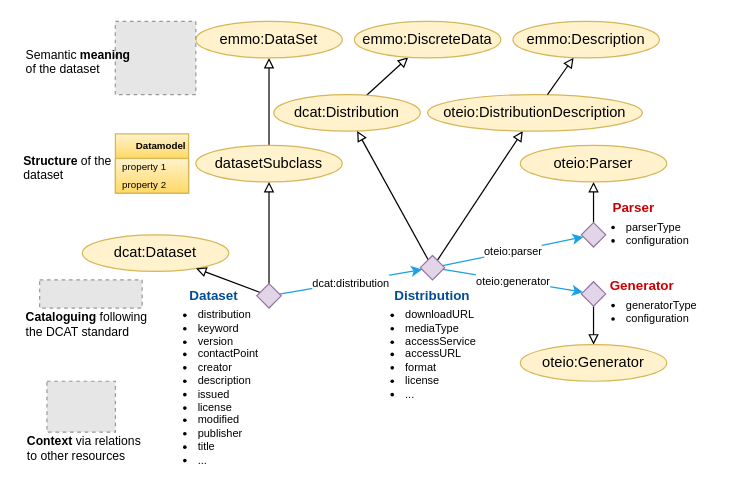
EMMC-ASBL/tripper keeps this draw.io diagram as page "Dataset" (1 of 13) of docs/figs/dataset.drawio. Above is the earlier version. Source tidied: cells renumbered, new cells numbered last; positions are measured from the earlier drawing's top-left corner, leaving out a move shared by most shapes. Both pictures are drawn from the tidied source at 122%, with x=0, y=0 at pixel (21, 21). Pictures stored in the file or linked from it are replaced by grey dashed boxes.
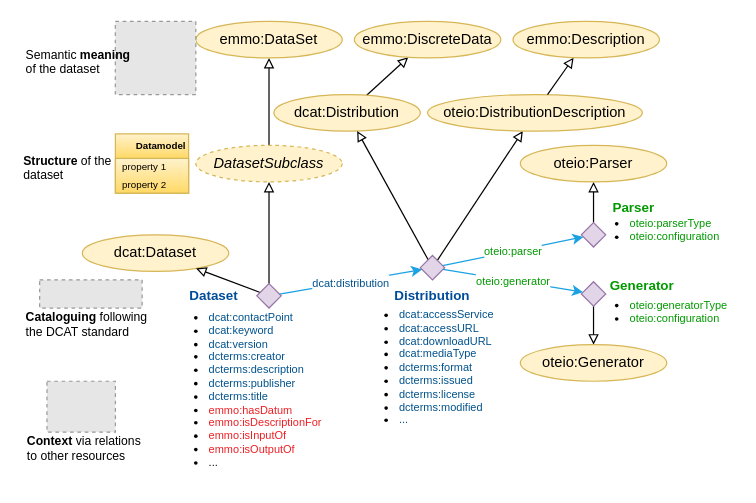
The same diagram, later.

Unchanged cells that the change refers to:
```xml
<mxCell id="13" style="rhombus;whiteSpace=wrap;html=1;fillColor=#e1d5e7;strokeColor=#9673a6;" parent="1" vertex="1">
  <mxGeometry x="193" y="215" width="20" height="20" as="geometry" />
</mxCell>
<mxCell id="15" style="rhombus;whiteSpace=wrap;html=1;fillColor=#e1d5e7;strokeColor=#9673a6;" parent="1" vertex="1">
  <mxGeometry x="459" y="165" width="20" height="20" as="geometry" />
</mxCell>
<mxCell id="19" style="rhombus;whiteSpace=wrap;html=1;fillColor=#e1d5e7;strokeColor=#9673a6;" parent="1" vertex="1">
  <mxGeometry x="327" y="191.9" width="20" height="20" as="geometry" />
</mxCell>
<mxCell id="39" style="rhombus;whiteSpace=wrap;html=1;fillColor=#e1d5e7;strokeColor=#9673a6;" parent="1" vertex="1">
  <mxGeometry x="459" y="213.4" width="20" height="20" as="geometry" />
</mxCell>
```

Change to the diagram source:
```diff
@@
-    <mxCell id="2" value="&lt;ul&gt;&lt;li&gt;&lt;font style=&quot;font-size: 9px;&quot;&gt;downloadURL&lt;/font&gt;&lt;/li&gt;&lt;li&gt;&lt;font style=&quot;font-size: 9px;&quot;&gt;mediaType&lt;/font&gt;&lt;/li&gt;&lt;li&gt;&lt;font style=&quot;font-size: 9px;&quot;&gt;accessService&lt;/font&gt;&lt;/li&gt;&lt;li&gt;&lt;font style=&quot;font-size: 9px;&quot;&gt;accessURL&lt;/font&gt;&lt;/li&gt;&lt;li&gt;&lt;span style=&quot;background-color: initial;&quot;&gt;format&lt;/span&gt;&lt;br&gt;&lt;/li&gt;&lt;li&gt;&lt;span style=&quot;background-color: initial;&quot;&gt;license&lt;/span&gt;&lt;br&gt;&lt;/li&gt;&lt;li&gt;&lt;font style=&quot;font-size: 9px;&quot;&gt;...&lt;/font&gt;&lt;/li&gt;&lt;/ul&gt;" style="text;html=1;align=left;verticalAlign=top;whiteSpace=wrap;rounded=0;fontFamily=Helvetica;fontSize=9;fontColor=default;labelBackgroundColor=none;" parent="1" vertex="1">
-      <mxGeometry x="273" y="220" width="100" height="100" as="geometry" />
-    </mxCell>
-    <mxCell id="3" value="&lt;ul&gt;&lt;li&gt;&lt;font style=&quot;font-size: 9px;&quot;&gt;parserType&lt;/font&gt;&lt;/li&gt;&lt;li&gt;configuration&lt;/li&gt;&lt;/ul&gt;" style="text;html=1;align=left;verticalAlign=top;whiteSpace=wrap;rounded=0;fontFamily=Helvetica;fontSize=9;fontColor=default;labelBackgroundColor=none;" parent="1" vertex="1">
-      <mxGeometry x="454" y="147.8" width="105" height="40" as="geometry" />
-    </mxCell>
-    <mxCell id="4" value="&lt;ul&gt;&lt;li&gt;&lt;span&gt;distribution&lt;/span&gt;&lt;/li&gt;&lt;li&gt;&lt;span&gt;keyword&lt;/span&gt;&lt;br&gt;&lt;/li&gt;&lt;li&gt;&lt;font style=&quot;font-size: 9px&quot;&gt;version&lt;/font&gt;&lt;/li&gt;&lt;li&gt;&lt;font style=&quot;font-size: 9px&quot;&gt;contactPoint&lt;/font&gt;&lt;/li&gt;&lt;li&gt;&lt;span&gt;creator&lt;/span&gt;&lt;br&gt;&lt;/li&gt;&lt;li&gt;&lt;font style=&quot;font-size: 9px&quot;&gt;description&lt;/font&gt;&lt;/li&gt;&lt;li&gt;&lt;span&gt;issued&lt;/span&gt;&lt;/li&gt;&lt;li&gt;&lt;span&gt;license&lt;/span&gt;&lt;br&gt;&lt;/li&gt;&lt;li&gt;modified&lt;/li&gt;&lt;li&gt;publisher&lt;/li&gt;&lt;li&gt;title&lt;/li&gt;&lt;li&gt;&lt;font style=&quot;font-size: 9px&quot;&gt;...&lt;/font&gt;&lt;/li&gt;&lt;/ul&gt;&lt;div&gt;&lt;div&gt;&lt;/div&gt;&lt;/div&gt;" style="text;html=1;align=left;verticalAlign=top;whiteSpace=wrap;rounded=0;fontFamily=Helvetica;fontSize=9;fontColor=default;labelBackgroundColor=none;" parent="1" vertex="1">
-      <mxGeometry x="103" y="220" width="100" height="145" as="geometry" />
-    </mxCell>
@@
-    <mxCell id="6" value="datasetSubclass" style="ellipse;whiteSpace=wrap;html=1;fillColor=#fff2cc;strokeColor=#d6b656;" parent="1" vertex="1">
+    <mxCell id="6" value="&lt;i&gt;DatasetSubclass&lt;/i&gt;" style="ellipse;whiteSpace=wrap;html=1;fillColor=#fff2cc;strokeColor=#d6b656;dashed=1;" parent="1" vertex="1">
       <mxGeometry x="143" y="101.6" width="120" height="30" as="geometry" />
     </mxCell>
@@
-    <mxCell id="11" value="&lt;span style=&quot;font-size: 9px;&quot;&gt;dcat:distribution&lt;/span&gt;" style="shape=connector;rounded=0;jettySize=auto;html=1;strokeColor=#1BA1E2;align=center;verticalAlign=middle;fontFamily=Helvetica;fontSize=11;fontColor=default;labelBackgroundColor=default;endArrow=classic;endFill=1;" parent="1" edge="1" source="13" target="19">
+    <mxCell id="11" value="&lt;span style=&quot;font-size: 9px;&quot;&gt;&lt;font color=&quot;#00528c&quot;&gt;dcat:distribution&lt;/font&gt;&lt;/span&gt;" style="shape=connector;rounded=0;jettySize=auto;html=1;strokeColor=#1BA1E2;align=center;verticalAlign=middle;fontFamily=Helvetica;fontSize=11;fontColor=default;labelBackgroundColor=default;endArrow=classic;endFill=1;" parent="1" edge="1" source="13" target="19">
       <mxGeometry relative="1" as="geometry" />
     </mxCell>
@@
-    <mxCell id="17" value="&lt;font style=&quot;font-size: 9px;&quot;&gt;oteio:parser&lt;/font&gt;" style="shape=connector;rounded=0;jettySize=auto;html=1;strokeColor=#1BA1E2;align=center;verticalAlign=middle;fontFamily=Helvetica;fontSize=11;fontColor=default;labelBackgroundColor=default;endArrow=classic;endFill=1;" parent="1" edge="1" source="19" target="15">
+    <mxCell id="17" value="&lt;font color=&quot;#009900&quot; style=&quot;font-size: 9px;&quot;&gt;oteio:parser&lt;/font&gt;" style="shape=connector;rounded=0;jettySize=auto;html=1;strokeColor=#1BA1E2;align=center;verticalAlign=middle;fontFamily=Helvetica;fontSize=11;fontColor=default;labelBackgroundColor=default;endArrow=classic;endFill=1;" parent="1" edge="1" source="19" target="15">
       <mxGeometry relative="1" as="geometry" />
     </mxCell>
@@
-    <mxCell id="22" value="&lt;b&gt;&lt;font color=&quot;#cc0000&quot;&gt;Parser&lt;/font&gt;&lt;/b&gt;" style="text;html=1;align=left;verticalAlign=middle;whiteSpace=wrap;rounded=0;fontFamily=Helvetica;fontSize=11;fontColor=default;labelBackgroundColor=none;" parent="1" vertex="1">
+    <mxCell id="22" value="&lt;b&gt;&lt;font color=&quot;#009900&quot;&gt;Parser&lt;/font&gt;&lt;/b&gt;" style="text;html=1;align=left;verticalAlign=middle;whiteSpace=wrap;rounded=0;fontFamily=Helvetica;fontSize=11;fontColor=default;labelBackgroundColor=none;" parent="1" vertex="1">
       <mxGeometry x="483" y="147.8" width="60" height="10" as="geometry" />
     </mxCell>
@@
-    <mxCell id="25" value="&lt;ul&gt;&lt;li&gt;generatorType&lt;/li&gt;&lt;li&gt;&lt;span style=&quot;background-color: initial;&quot;&gt;configuration&lt;/span&gt;&lt;br&gt;&lt;/li&gt;&lt;/ul&gt;" style="text;html=1;align=left;verticalAlign=top;whiteSpace=wrap;rounded=0;fontFamily=Helvetica;fontSize=9;fontColor=default;labelBackgroundColor=none;" parent="1" vertex="1">
-      <mxGeometry x="454" y="211.9" width="90" height="50" as="geometry" />
-    </mxCell>
@@
-    <mxCell id="40" value="&lt;font style=&quot;font-size: 9px;&quot;&gt;oteio:generator&lt;/font&gt;" style="shape=connector;rounded=0;jettySize=auto;html=1;strokeColor=#1BA1E2;align=center;verticalAlign=middle;fontFamily=Helvetica;fontSize=11;fontColor=default;labelBackgroundColor=default;endArrow=classic;endFill=1;" parent="1" edge="1" source="19" target="39">
+    <mxCell id="40" value="&lt;font color=&quot;#009900&quot; style=&quot;font-size: 9px;&quot;&gt;oteio:generator&lt;/font&gt;" style="shape=connector;rounded=0;jettySize=auto;html=1;strokeColor=#1BA1E2;align=center;verticalAlign=middle;fontFamily=Helvetica;fontSize=11;fontColor=default;labelBackgroundColor=default;endArrow=classic;endFill=1;" parent="1" edge="1" source="19" target="39">
       <mxGeometry relative="1" as="geometry" />
     </mxCell>
-    <mxCell id="41" value="&lt;b&gt;&lt;font color=&quot;#cc0000&quot;&gt;Generator&lt;/font&gt;&lt;/b&gt;" style="text;html=1;align=center;verticalAlign=middle;whiteSpace=wrap;rounded=0;fontFamily=Helvetica;fontSize=11;fontColor=default;labelBackgroundColor=none;" parent="1" vertex="1">
+    <mxCell id="41" value="&lt;b&gt;&lt;font color=&quot;#009900&quot;&gt;Generator&lt;/font&gt;&lt;/b&gt;" style="text;html=1;align=center;verticalAlign=middle;whiteSpace=wrap;rounded=0;fontFamily=Helvetica;fontSize=11;fontColor=default;labelBackgroundColor=none;" parent="1" vertex="1">
       <mxGeometry x="479" y="211.9" width="60" height="10" as="geometry" />
     </mxCell>
@@
+    <mxCell id="48" value="&lt;ul&gt;&lt;li&gt;&lt;font color=&quot;#00528c&quot;&gt;dcat:accessService&lt;/font&gt;&lt;/li&gt;&lt;li&gt;&lt;font color=&quot;#00528c&quot;&gt;dcat:accessURL&lt;/font&gt;&lt;/li&gt;&lt;li&gt;&lt;font color=&quot;#00528c&quot; style=&quot;font-size: 9px;&quot;&gt;dcat:downloadURL&lt;/font&gt;&lt;/li&gt;&lt;li&gt;&lt;font color=&quot;#00528c&quot; style=&quot;font-size: 9px;&quot;&gt;dcat:mediaType&lt;/font&gt;&lt;/li&gt;&lt;li&gt;&lt;span style=&quot;background-color: initial; color: rgb(0, 82, 140);&quot;&gt;dcterms:format&lt;/span&gt;&lt;br&gt;&lt;/li&gt;&lt;li&gt;&lt;font color=&quot;#00528c&quot;&gt;dcterms:issued&lt;/font&gt;&lt;/li&gt;&lt;li&gt;&lt;font color=&quot;#00528c&quot;&gt;&lt;span style=&quot;background-color: initial;&quot;&gt;dcterms:license&lt;/span&gt;&lt;br&gt;&lt;/font&gt;&lt;/li&gt;&lt;li&gt;&lt;span style=&quot;background-color: initial; color: rgb(0, 82, 140);&quot;&gt;dcterms:modified&lt;/span&gt;&lt;br&gt;&lt;/li&gt;&lt;li&gt;&lt;span style=&quot;color: rgb(0, 82, 140); background-color: initial;&quot;&gt;...&lt;/span&gt;&lt;br&gt;&lt;/li&gt;&lt;/ul&gt;" style="text;html=1;align=left;verticalAlign=top;whiteSpace=wrap;rounded=0;fontFamily=Helvetica;fontSize=9;fontColor=default;labelBackgroundColor=none;" parent="1" vertex="1">
+      <mxGeometry x="268" y="219.8" width="130" height="115" as="geometry" />
+    </mxCell>
+    <mxCell id="49" value="&lt;ul&gt;&lt;li&gt;&lt;font color=&quot;#009900&quot; style=&quot;font-size: 9px;&quot;&gt;oteio:parserType&lt;/font&gt;&lt;/li&gt;&lt;li&gt;&lt;font color=&quot;#009900&quot;&gt;oteio:configuration&lt;/font&gt;&lt;/li&gt;&lt;/ul&gt;" style="text;html=1;align=left;verticalAlign=top;whiteSpace=wrap;rounded=0;fontFamily=Helvetica;fontSize=9;fontColor=default;labelBackgroundColor=none;" parent="1" vertex="1">
+      <mxGeometry x="456.5" y="145" width="105" height="40" as="geometry" />
+    </mxCell>
+    <mxCell id="50" value="&lt;ul&gt;&lt;li&gt;&lt;font color=&quot;#00528c&quot;&gt;dcat:contactPoint&lt;/font&gt;&lt;/li&gt;&lt;li&gt;&lt;font color=&quot;#00528c&quot;&gt;&lt;span style=&quot;background-color: initial;&quot;&gt;dcat:keyword&lt;/span&gt;&lt;br&gt;&lt;/font&gt;&lt;/li&gt;&lt;li&gt;&lt;font color=&quot;#00528c&quot; style=&quot;font-size: 9px&quot;&gt;dcat:version&lt;/font&gt;&lt;/li&gt;&lt;li&gt;&lt;span style=&quot;color: rgb(0, 82, 140); background-color: initial;&quot;&gt;dcterms:creator&lt;/span&gt;&lt;br&gt;&lt;/li&gt;&lt;li&gt;&lt;font color=&quot;#00528c&quot; style=&quot;font-size: 9px&quot;&gt;dcterms:description&lt;/font&gt;&lt;/li&gt;&lt;li&gt;&lt;span style=&quot;color: rgb(0, 82, 140); background-color: initial;&quot;&gt;dcterms:publisher&lt;/span&gt;&lt;br&gt;&lt;/li&gt;&lt;li&gt;&lt;font color=&quot;#00528c&quot;&gt;dcterms:title&lt;/font&gt;&lt;/li&gt;&lt;li&gt;&lt;font color=&quot;#ed1f24&quot;&gt;emmo:hasDatum&lt;/font&gt;&lt;/li&gt;&lt;li&gt;&lt;font color=&quot;#ed1f24&quot;&gt;emmo:isDescriptionFor&lt;/font&gt;&lt;/li&gt;&lt;li&gt;&lt;font color=&quot;#ed1f24&quot;&gt;emmo:isInputOf&lt;/font&gt;&lt;/li&gt;&lt;li&gt;&lt;font color=&quot;#ed1f24&quot;&gt;emmo:isOutputOf&lt;/font&gt;&lt;/li&gt;&lt;li&gt;&lt;font style=&quot;font-size: 9px&quot;&gt;...&lt;/font&gt;&lt;/li&gt;&lt;/ul&gt;&lt;div&gt;&lt;div&gt;&lt;/div&gt;&lt;/div&gt;" style="text;html=1;align=left;verticalAlign=top;whiteSpace=wrap;rounded=0;fontFamily=Helvetica;fontSize=9;fontColor=default;labelBackgroundColor=none;" parent="1" vertex="1">
+      <mxGeometry x="112" y="221.9" width="140" height="155" as="geometry" />
+    </mxCell>
+    <mxCell id="51" value="&lt;ul&gt;&lt;li&gt;&lt;font color=&quot;#009900&quot;&gt;oteio:generatorType&lt;/font&gt;&lt;/li&gt;&lt;li&gt;&lt;span style=&quot;background-color: initial;&quot;&gt;&lt;font color=&quot;#009900&quot;&gt;oteio:configuration&lt;/font&gt;&lt;/span&gt;&lt;br&gt;&lt;/li&gt;&lt;/ul&gt;" style="text;html=1;align=left;verticalAlign=top;whiteSpace=wrap;rounded=0;fontFamily=Helvetica;fontSize=9;fontColor=default;labelBackgroundColor=none;" parent="1" vertex="1">
+      <mxGeometry x="456.5" y="211.9" width="129" height="50" as="geometry" />
+    </mxCell>
```
